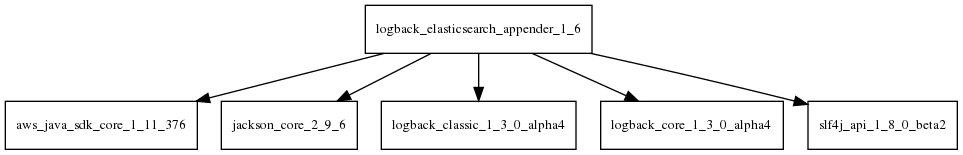
Above: tattleTaleReport/graphviz/logback-elasticsearch-appender-1.6.jar/logback-elasticsearch-appender-1.6.jar.png in sjvs/cia (Graphviz), before the change. Its source is kept beside it as tattleTaleReport/graphviz/logback-elasticsearch-appender-1.6.jar/logback-elasticsearch-appender-1.6.jar.dot.
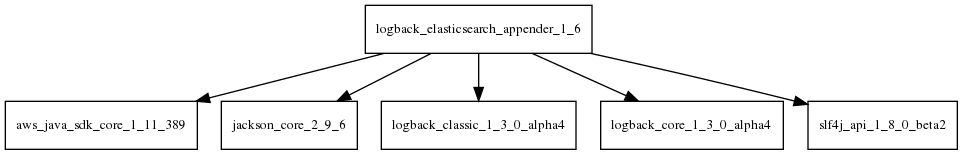
Above is the later version.

The edit, as a diff of the source:
```diff
@@ -1,6 +1,6 @@
 digraph logback_elasticsearch_appender_1_6_dependencies {
   node [shape = box, fontsize=10.0];
-  logback_elasticsearch_appender_1_6 -> aws_java_sdk_core_1_11_376;
+  logback_elasticsearch_appender_1_6 -> aws_java_sdk_core_1_11_389;
   logback_elasticsearch_appender_1_6 -> jackson_core_2_9_6;
   logback_elasticsearch_appender_1_6 -> logback_classic_1_3_0_alpha4;
   logback_elasticsearch_appender_1_6 -> logback_core_1_3_0_alpha4;
```
